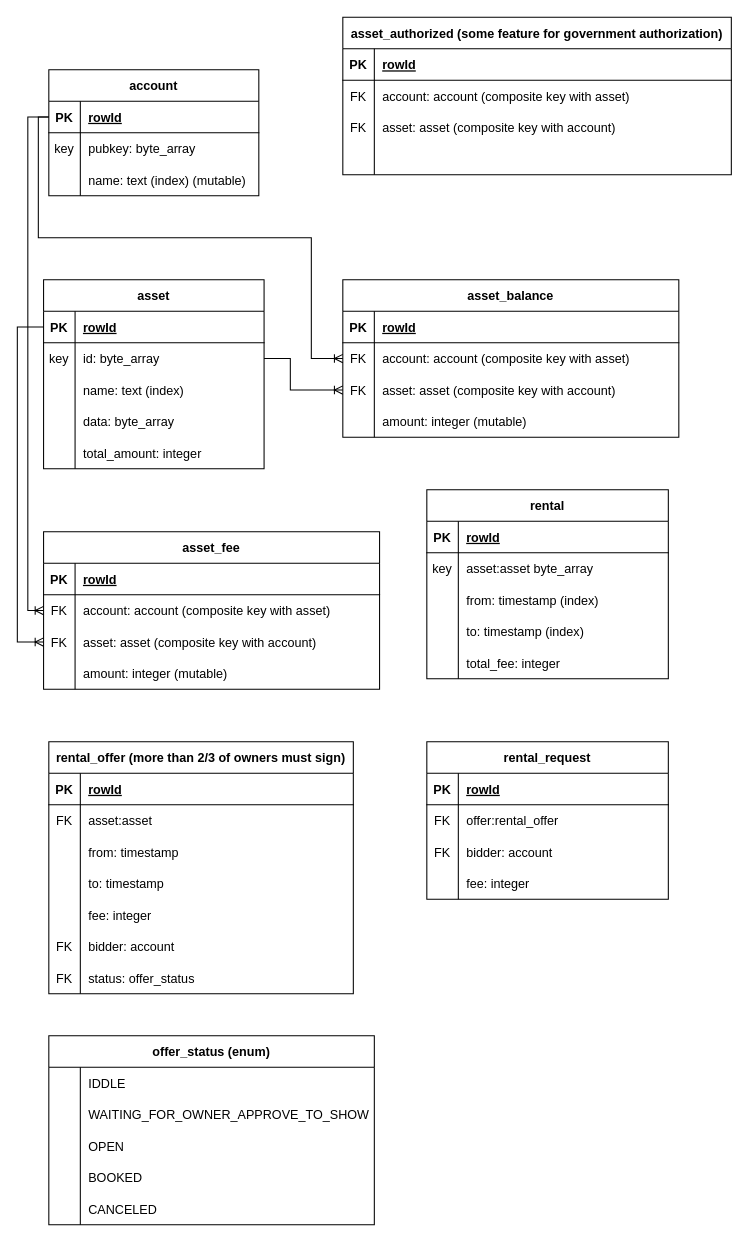
Before: schema.drawio in matCzelusniak/chromia-rent, a draw.io diagram. Source tidied: cells renumbered, new cells numbered last; positions are measured from the earlier drawing's top-left corner, leaving out a move shared by most shapes. Both pictures are drawn from the tidied source at 105%, with x=0, y=0 at pixel (17, 17).
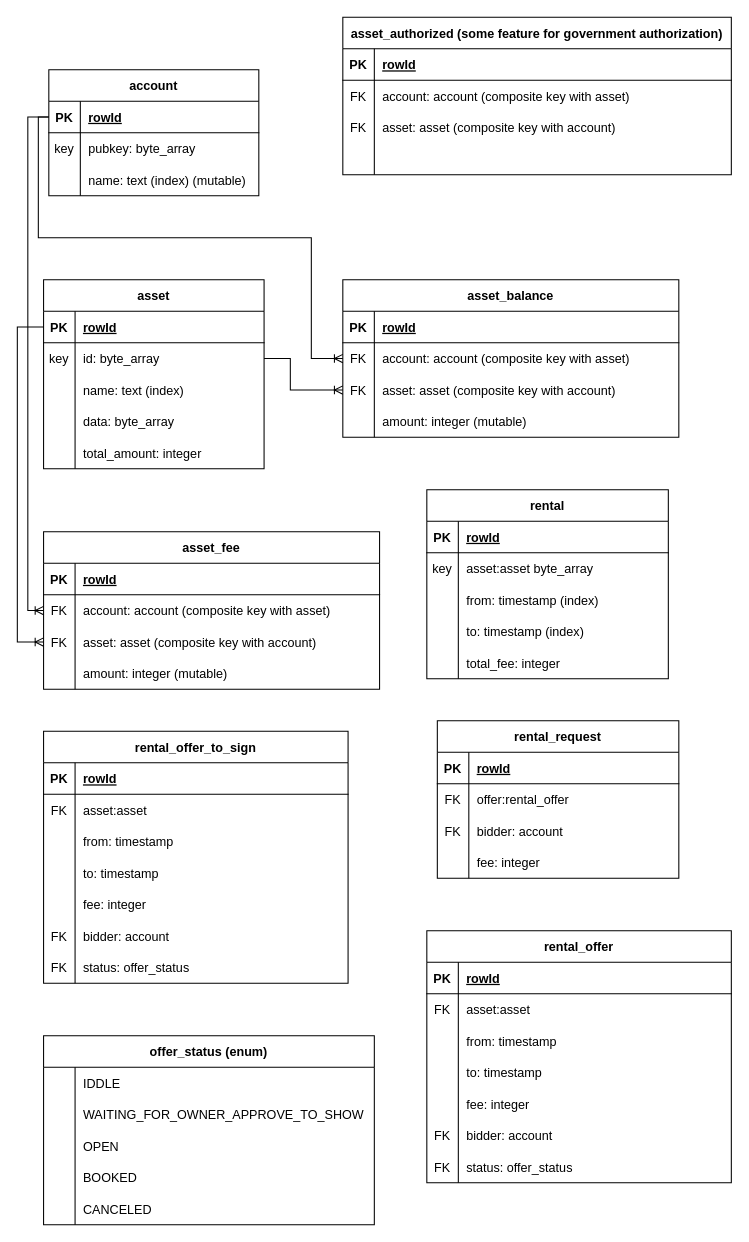
After the change.

Diff of the diagram source:
```diff
@@
-    <mxCell id="87" value="rental_offer (more than 2/3 of owners must sign)" style="shape=table;startSize=30;childLayout=tableLayout;rowLines=0;fontStyle=1;align=center;" parent="1" vertex="1">
-      <mxGeometry x="30" y="690" width="290" height="240" as="geometry" />
+    <mxCell id="87" value="rental_offer" style="shape=table;startSize=30;childLayout=tableLayout;rowLines=0;fontStyle=1;align=center;" parent="1" vertex="1">
+      <mxGeometry x="390" y="870" width="290" height="240" as="geometry" />
     </mxCell>
@@
     <mxCell id="109" value="rental_request" style="shape=table;startSize=30;childLayout=tableLayout;rowLines=0;fontStyle=1;align=center;" parent="1" vertex="1">
-      <mxGeometry x="390" y="690" width="230" height="150" as="geometry" />
+      <mxGeometry x="400" y="670" width="230" height="150" as="geometry" />
     </mxCell>
@@
     <mxCell id="122" value="offer_status (enum)" style="shape=table;startSize=30;childLayout=tableLayout;rowLines=0;fontStyle=1;align=center;" parent="1" vertex="1">
-      <mxGeometry x="30" y="970" width="310" height="180" as="geometry" />
+      <mxGeometry x="25" y="970" width="315" height="180" as="geometry" />
     </mxCell>
     <mxCell id="123" style="shape=tableRow;horizontal=0;startSize=0;swimlaneHead=0;swimlaneBody=0;fillColor=none;top=0;left=0;right=0;bottom=0;" parent="122" vertex="1">
-      <mxGeometry y="30" width="310" height="30" as="geometry" />
+      <mxGeometry y="30" width="315" height="30" as="geometry" />
     </mxCell>
@@
     <mxCell id="125" value="IDDLE" style="shape=partialRectangle;fillColor=none;top=0;left=0;bottom=0;right=0;align=left;spacingLeft=6;overflow=hidden;" parent="123" vertex="1">
-      <mxGeometry x="30" width="280" height="30" as="geometry" />
+      <mxGeometry x="30" width="285" height="30" as="geometry" />
     </mxCell>
     <mxCell id="126" style="shape=tableRow;horizontal=0;startSize=0;swimlaneHead=0;swimlaneBody=0;fillColor=none;top=0;left=0;right=0;bottom=0;" parent="122" vertex="1">
-      <mxGeometry y="60" width="310" height="30" as="geometry" />
+      <mxGeometry y="60" width="315" height="30" as="geometry" />
     </mxCell>
@@
     <mxCell id="128" value="WAITING_FOR_OWNER_APPROVE_TO_SHOW" style="shape=partialRectangle;fillColor=none;top=0;left=0;bottom=0;right=0;align=left;spacingLeft=6;overflow=hidden;" parent="126" vertex="1">
-      <mxGeometry x="30" width="280" height="30" as="geometry" />
+      <mxGeometry x="30" width="285" height="30" as="geometry" />
     </mxCell>
     <mxCell id="129" style="shape=tableRow;horizontal=0;startSize=0;swimlaneHead=0;swimlaneBody=0;fillColor=none;top=0;left=0;right=0;bottom=0;" parent="122" vertex="1">
-      <mxGeometry y="90" width="310" height="30" as="geometry" />
+      <mxGeometry y="90" width="315" height="30" as="geometry" />
     </mxCell>
@@
     <mxCell id="131" value="OPEN" style="shape=partialRectangle;fillColor=none;top=0;left=0;bottom=0;right=0;align=left;spacingLeft=6;overflow=hidden;" parent="129" vertex="1">
-      <mxGeometry x="30" width="280" height="30" as="geometry" />
+      <mxGeometry x="30" width="285" height="30" as="geometry" />
     </mxCell>
     <mxCell id="132" style="shape=tableRow;horizontal=0;startSize=0;swimlaneHead=0;swimlaneBody=0;fillColor=none;top=0;left=0;right=0;bottom=0;" parent="122" vertex="1">
-      <mxGeometry y="120" width="310" height="30" as="geometry" />
+      <mxGeometry y="120" width="315" height="30" as="geometry" />
     </mxCell>
@@
     <mxCell id="134" value="BOOKED" style="shape=partialRectangle;fillColor=none;top=0;left=0;bottom=0;right=0;align=left;spacingLeft=6;overflow=hidden;" parent="132" vertex="1">
-      <mxGeometry x="30" width="280" height="30" as="geometry" />
+      <mxGeometry x="30" width="285" height="30" as="geometry" />
     </mxCell>
     <mxCell id="135" style="shape=tableRow;horizontal=0;startSize=0;swimlaneHead=0;swimlaneBody=0;fillColor=none;top=0;left=0;right=0;bottom=0;" parent="122" vertex="1">
-      <mxGeometry y="150" width="310" height="30" as="geometry" />
+      <mxGeometry y="150" width="315" height="30" as="geometry" />
     </mxCell>
@@
     <mxCell id="137" value="CANCELED" style="shape=partialRectangle;fillColor=none;top=0;left=0;bottom=0;right=0;align=left;spacingLeft=6;overflow=hidden;" parent="135" vertex="1">
-      <mxGeometry x="30" width="280" height="30" as="geometry" />
+      <mxGeometry x="30" width="285" height="30" as="geometry" />
     </mxCell>
+    <mxCell id="138" value="rental_offer_to_sign" style="shape=table;startSize=30;childLayout=tableLayout;rowLines=0;fontStyle=1;align=center;" parent="1" vertex="1">
+      <mxGeometry x="25" y="680" width="290" height="240" as="geometry" />
+    </mxCell>
+    <mxCell id="139" style="shape=tableRow;horizontal=0;startSize=0;swimlaneHead=0;swimlaneBody=0;fillColor=none;top=0;left=0;right=0;bottom=1;" parent="138" vertex="1">
+      <mxGeometry y="30" width="290" height="30" as="geometry" />
+    </mxCell>
+    <mxCell id="140" value="PK" style="shape=partialRectangle;fillColor=none;top=0;left=0;bottom=0;right=0;fontStyle=1;overflow=hidden;" parent="139" vertex="1">
+      <mxGeometry width="30" height="30" as="geometry" />
+    </mxCell>
+    <mxCell id="141" value="rowId" style="shape=partialRectangle;fillColor=none;top=0;left=0;bottom=0;right=0;align=left;spacingLeft=6;fontStyle=5;overflow=hidden;" parent="139" vertex="1">
+      <mxGeometry x="30" width="260" height="30" as="geometry" />
+    </mxCell>
+    <mxCell id="142" style="shape=tableRow;horizontal=0;startSize=0;swimlaneHead=0;swimlaneBody=0;fillColor=none;top=0;left=0;right=0;bottom=0;" parent="138" vertex="1">
+      <mxGeometry y="60" width="290" height="30" as="geometry" />
+    </mxCell>
+    <mxCell id="143" value="FK" style="shape=partialRectangle;fillColor=none;top=0;left=0;bottom=0;right=0;overflow=hidden;" parent="142" vertex="1">
+      <mxGeometry width="30" height="30" as="geometry" />
+    </mxCell>
+    <mxCell id="144" value="asset:asset" style="shape=partialRectangle;fillColor=none;top=0;left=0;bottom=0;right=0;align=left;spacingLeft=6;overflow=hidden;" parent="142" vertex="1">
+      <mxGeometry x="30" width="260" height="30" as="geometry" />
+    </mxCell>
+    <mxCell id="145" style="shape=tableRow;horizontal=0;startSize=0;swimlaneHead=0;swimlaneBody=0;fillColor=none;top=0;left=0;right=0;bottom=0;" parent="138" vertex="1">
+      <mxGeometry y="90" width="290" height="30" as="geometry" />
+    </mxCell>
+    <mxCell id="146" style="shape=partialRectangle;fillColor=none;top=0;left=0;bottom=0;right=0;overflow=hidden;" parent="145" vertex="1">
+      <mxGeometry width="30" height="30" as="geometry" />
+    </mxCell>
+    <mxCell id="147" value="from: timestamp" style="shape=partialRectangle;fillColor=none;top=0;left=0;bottom=0;right=0;align=left;spacingLeft=6;overflow=hidden;" parent="145" vertex="1">
+      <mxGeometry x="30" width="260" height="30" as="geometry" />
+    </mxCell>
+    <mxCell id="148" style="shape=tableRow;horizontal=0;startSize=0;swimlaneHead=0;swimlaneBody=0;fillColor=none;top=0;left=0;right=0;bottom=0;" parent="138" vertex="1">
+      <mxGeometry y="120" width="290" height="30" as="geometry" />
+    </mxCell>
+    <mxCell id="149" style="shape=partialRectangle;fillColor=none;top=0;left=0;bottom=0;right=0;overflow=hidden;" parent="148" vertex="1">
+      <mxGeometry width="30" height="30" as="geometry" />
+    </mxCell>
+    <mxCell id="150" value="to: timestamp" style="shape=partialRectangle;fillColor=none;top=0;left=0;bottom=0;right=0;align=left;spacingLeft=6;overflow=hidden;" parent="148" vertex="1">
+      <mxGeometry x="30" width="260" height="30" as="geometry" />
+    </mxCell>
+    <mxCell id="151" style="shape=tableRow;horizontal=0;startSize=0;swimlaneHead=0;swimlaneBody=0;fillColor=none;top=0;left=0;right=0;bottom=0;" parent="138" vertex="1">
+      <mxGeometry y="150" width="290" height="30" as="geometry" />
+    </mxCell>
+    <mxCell id="152" style="shape=partialRectangle;fillColor=none;top=0;left=0;bottom=0;right=0;overflow=hidden;" parent="151" vertex="1">
+      <mxGeometry width="30" height="30" as="geometry" />
+    </mxCell>
+    <mxCell id="153" value="fee: integer" style="shape=partialRectangle;fillColor=none;top=0;left=0;bottom=0;right=0;align=left;spacingLeft=6;overflow=hidden;" parent="151" vertex="1">
+      <mxGeometry x="30" width="260" height="30" as="geometry" />
+    </mxCell>
+    <mxCell id="154" style="shape=tableRow;horizontal=0;startSize=0;swimlaneHead=0;swimlaneBody=0;fillColor=none;top=0;left=0;right=0;bottom=0;" parent="138" vertex="1">
+      <mxGeometry y="180" width="290" height="30" as="geometry" />
+    </mxCell>
+    <mxCell id="155" value="FK" style="shape=partialRectangle;fillColor=none;top=0;left=0;bottom=0;right=0;overflow=hidden;" parent="154" vertex="1">
+      <mxGeometry width="30" height="30" as="geometry" />
+    </mxCell>
+    <mxCell id="156" value="bidder: account" style="shape=partialRectangle;fillColor=none;top=0;left=0;bottom=0;right=0;align=left;spacingLeft=6;overflow=hidden;" parent="154" vertex="1">
+      <mxGeometry x="30" width="260" height="30" as="geometry" />
+    </mxCell>
+    <mxCell id="157" style="shape=tableRow;horizontal=0;startSize=0;swimlaneHead=0;swimlaneBody=0;fillColor=none;top=0;left=0;right=0;bottom=0;" parent="138" vertex="1">
+      <mxGeometry y="210" width="290" height="30" as="geometry" />
+    </mxCell>
+    <mxCell id="158" value="FK" style="shape=partialRectangle;fillColor=none;top=0;left=0;bottom=0;right=0;overflow=hidden;" parent="157" vertex="1">
+      <mxGeometry width="30" height="30" as="geometry" />
+    </mxCell>
+    <mxCell id="159" value="status: offer_status" style="shape=partialRectangle;fillColor=none;top=0;left=0;bottom=0;right=0;align=left;spacingLeft=6;overflow=hidden;" parent="157" vertex="1">
+      <mxGeometry x="30" width="260" height="30" as="geometry" />
+    </mxCell>
```
